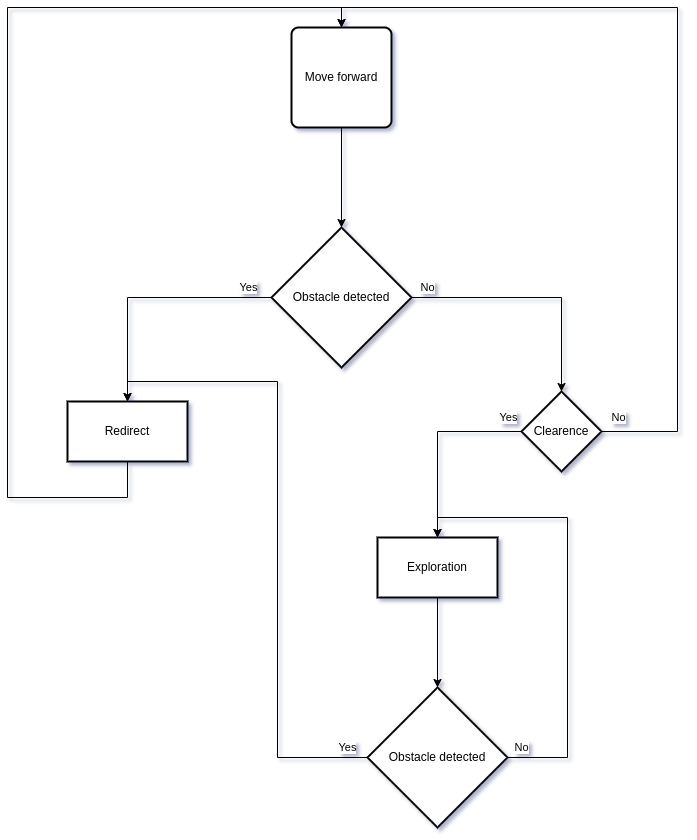
The draw.io diagram docs/basic_vacuum_cleaner/assets/img/flowchart.png in dgarcu/mobile_robotics_blog, before a commit. Source tidied: cells renumbered, new cells last; positions are measured from the earlier drawing's top-left corner, leaving out a move shared by most shapes. The source it was exported from:
```xml
<mxGraphModel>
  <root>
    <mxCell id="0" />
    <mxCell id="1" parent="0" />
    <mxCell id="2" value="Move forward" style="rounded=1;whiteSpace=wrap;html=1;absoluteArcSize=1;arcSize=14;strokeWidth=2;" parent="1" vertex="1">
      <mxGeometry x="284" y="20" width="100" height="100" as="geometry" />
    </mxCell>
    <mxCell id="3" style="edgeStyle=orthogonalEdgeStyle;rounded=0;jettySize=auto;html=1;" parent="1" edge="1" source="7" target="9">
      <mxGeometry relative="1" as="geometry" />
    </mxCell>
    <mxCell id="4" value="Yes" style="edgeLabel;html=1;align=center;verticalAlign=middle;" parent="3" vertex="1">
      <mxGeometry x="-0.04" y="2" relative="1" as="geometry">
        <mxPoint x="95" y="-12" as="offset" />
      </mxGeometry>
    </mxCell>
    <mxCell id="5" style="edgeStyle=orthogonalEdgeStyle;rounded=0;jettySize=auto;html=1;" parent="1" edge="1" source="7" target="14">
      <mxGeometry relative="1" as="geometry" />
    </mxCell>
    <mxCell id="6" value="No" style="edgeLabel;html=1;align=center;verticalAlign=middle;" parent="5" vertex="1">
      <mxGeometry x="-0.38" y="2" relative="1" as="geometry">
        <mxPoint x="-59" y="-8" as="offset" />
      </mxGeometry>
    </mxCell>
    <mxCell id="7" value="Obstacle detected" style="strokeWidth=2;html=1;shape=mxgraph.flowchart.decision;whiteSpace=wrap;" parent="1" vertex="1">
      <mxGeometry x="264" y="220" width="140" height="140" as="geometry" />
    </mxCell>
    <mxCell id="8" style="edgeStyle=orthogonalEdgeStyle;rounded=0;jettySize=auto;html=1;entryX=0.5;entryY=0;entryDx=0;entryDy=0;" parent="1" edge="1" source="9" target="2">
      <mxGeometry relative="1" as="geometry">
        <Array as="points">
          <mxPoint x="120" y="490" />
          <mxPoint y="490" />
          <mxPoint />
          <mxPoint x="334" />
        </Array>
      </mxGeometry>
    </mxCell>
    <mxCell id="9" value="Redirect" style="whiteSpace=wrap;html=1;strokeWidth=2;" parent="1" vertex="1">
      <mxGeometry x="60" y="394" width="120" height="60" as="geometry" />
    </mxCell>
    <mxCell id="10" style="edgeStyle=orthogonalEdgeStyle;rounded=0;jettySize=auto;html=1;entryX=0.5;entryY=0;entryDx=0;entryDy=0;" parent="1" edge="1" source="14" target="2">
      <mxGeometry relative="1" as="geometry">
        <Array as="points">
          <mxPoint x="670" y="424" />
          <mxPoint x="670" />
          <mxPoint x="334" />
        </Array>
      </mxGeometry>
    </mxCell>
    <mxCell id="11" value="No" style="edgeLabel;html=1;align=center;verticalAlign=middle;" parent="10" vertex="1">
      <mxGeometry x="-0.96" relative="1" as="geometry">
        <mxPoint y="-14" as="offset" />
      </mxGeometry>
    </mxCell>
    <mxCell id="12" style="edgeStyle=orthogonalEdgeStyle;rounded=0;jettySize=auto;html=1;" parent="1" edge="1" source="14" target="16">
      <mxGeometry relative="1" as="geometry" />
    </mxCell>
    <mxCell id="13" value="Yes" style="edgeLabel;html=1;align=center;verticalAlign=middle;" parent="12" vertex="1">
      <mxGeometry x="-0.86" y="2" relative="1" as="geometry">
        <mxPoint y="-16" as="offset" />
      </mxGeometry>
    </mxCell>
    <mxCell id="14" value="Clearence" style="rhombus;whiteSpace=wrap;html=1;strokeWidth=2;" parent="1" vertex="1">
      <mxGeometry x="514" y="384" width="80" height="80" as="geometry" />
    </mxCell>
    <mxCell id="15" style="edgeStyle=orthogonalEdgeStyle;rounded=0;jettySize=auto;html=1;" parent="1" edge="1" source="16" target="22">
      <mxGeometry relative="1" as="geometry" />
    </mxCell>
    <mxCell id="16" value="Exploration" style="whiteSpace=wrap;html=1;strokeWidth=2;" parent="1" vertex="1">
      <mxGeometry x="370" y="530" width="120" height="60" as="geometry" />
    </mxCell>
    <mxCell id="17" style="edgeStyle=orthogonalEdgeStyle;rounded=0;jettySize=auto;html=1;entryX=0.5;entryY=0;entryDx=0;entryDy=0;entryPerimeter=0;" parent="1" edge="1" source="2" target="7">
      <mxGeometry relative="1" as="geometry" />
    </mxCell>
    <mxCell id="18" style="edgeStyle=orthogonalEdgeStyle;rounded=0;jettySize=auto;html=1;exitX=1;exitY=0.5;exitDx=0;exitDy=0;exitPerimeter=0;entryX=0.5;entryY=0;entryDx=0;entryDy=0;" parent="1" edge="1" source="22" target="16">
      <mxGeometry relative="1" as="geometry">
        <Array as="points">
          <mxPoint x="560" y="750" />
          <mxPoint x="560" y="510" />
          <mxPoint x="430" y="510" />
        </Array>
      </mxGeometry>
    </mxCell>
    <mxCell id="19" value="No" style="edgeLabel;html=1;align=center;verticalAlign=middle;" parent="18" vertex="1">
      <mxGeometry x="-0.91" y="-3" relative="1" as="geometry">
        <mxPoint x="-7" y="-13" as="offset" />
      </mxGeometry>
    </mxCell>
    <mxCell id="20" style="edgeStyle=orthogonalEdgeStyle;rounded=0;jettySize=auto;html=1;entryX=0.5;entryY=0;entryDx=0;entryDy=0;" parent="1" edge="1" source="22" target="9">
      <mxGeometry relative="1" as="geometry" />
    </mxCell>
    <mxCell id="21" value="Yes" style="edgeLabel;html=1;align=center;verticalAlign=middle;" parent="20" vertex="1">
      <mxGeometry x="-0.93" y="-2" relative="1" as="geometry">
        <mxPoint x="3" y="-8" as="offset" />
      </mxGeometry>
    </mxCell>
    <mxCell id="22" value="Obstacle detected" style="strokeWidth=2;html=1;shape=mxgraph.flowchart.decision;whiteSpace=wrap;" parent="1" vertex="1">
      <mxGeometry x="360" y="680" width="140" height="140" as="geometry" />
    </mxCell>
  </root>
</mxGraphModel>
```
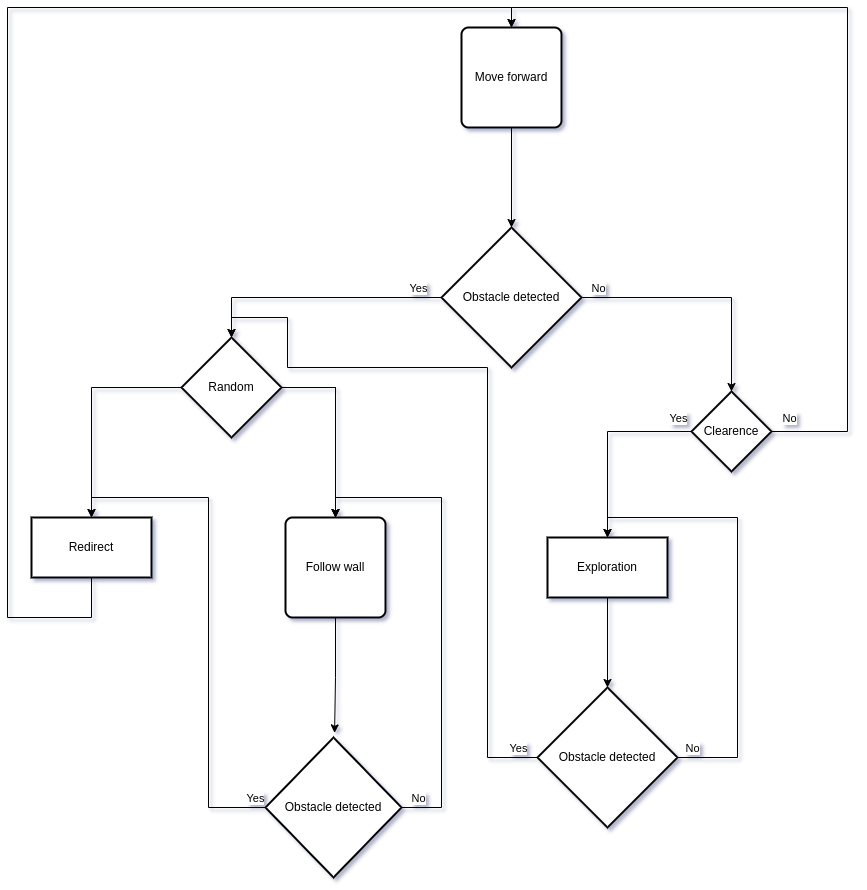
The same diagram one commit later.

Diff of the diagram source:
```diff
@@ -5,14 +5,6 @@
     <mxCell id="2" value="Move forward" style="rounded=1;whiteSpace=wrap;html=1;absoluteArcSize=1;arcSize=14;strokeWidth=2;" parent="1" vertex="1">
       <mxGeometry x="284" y="20" width="100" height="100" as="geometry" />
     </mxCell>
-    <mxCell id="3" style="edgeStyle=orthogonalEdgeStyle;rounded=0;jettySize=auto;html=1;" parent="1" edge="1" source="7" target="9">
-      <mxGeometry relative="1" as="geometry" />
-    </mxCell>
-    <mxCell id="4" value="Yes" style="edgeLabel;html=1;align=center;verticalAlign=middle;" parent="3" vertex="1">
-      <mxGeometry x="-0.04" y="2" relative="1" as="geometry">
-        <mxPoint x="95" y="-12" as="offset" />
-      </mxGeometry>
-    </mxCell>
     <mxCell id="5" style="edgeStyle=orthogonalEdgeStyle;rounded=0;jettySize=auto;html=1;" parent="1" edge="1" source="7" target="14">
       <mxGeometry relative="1" as="geometry" />
     </mxCell>
@@ -24,18 +16,18 @@
     <mxCell id="7" value="Obstacle detected" style="strokeWidth=2;html=1;shape=mxgraph.flowchart.decision;whiteSpace=wrap;" parent="1" vertex="1">
       <mxGeometry x="264" y="220" width="140" height="140" as="geometry" />
     </mxCell>
-    <mxCell id="8" style="edgeStyle=orthogonalEdgeStyle;rounded=0;jettySize=auto;html=1;entryX=0.5;entryY=0;entryDx=0;entryDy=0;" parent="1" edge="1" source="9" target="2">
+    <mxCell id="8" style="edgeStyle=orthogonalEdgeStyle;rounded=0;jettySize=auto;html=1;entryX=0.5;entryY=0;entryDx=0;entryDy=0;exitX=0.5;exitY=1;exitDx=0;exitDy=0;" parent="1" edge="1" source="9" target="2">
       <mxGeometry relative="1" as="geometry">
         <Array as="points">
-          <mxPoint x="120" y="490" />
-          <mxPoint y="490" />
-          <mxPoint />
+          <mxPoint x="-86" y="610" />
+          <mxPoint x="-170" y="610" />
+          <mxPoint x="-170" />
           <mxPoint x="334" />
         </Array>
       </mxGeometry>
     </mxCell>
     <mxCell id="9" value="Redirect" style="whiteSpace=wrap;html=1;strokeWidth=2;" parent="1" vertex="1">
-      <mxGeometry x="60" y="394" width="120" height="60" as="geometry" />
+      <mxGeometry x="-146" y="510" width="120" height="60" as="geometry" />
     </mxCell>
     <mxCell id="10" style="edgeStyle=orthogonalEdgeStyle;rounded=0;jettySize=auto;html=1;entryX=0.5;entryY=0;entryDx=0;entryDy=0;" parent="1" edge="1" source="14" target="2">
       <mxGeometry relative="1" as="geometry">
@@ -85,16 +77,75 @@
         <mxPoint x="-7" y="-13" as="offset" />
       </mxGeometry>
     </mxCell>
-    <mxCell id="20" style="edgeStyle=orthogonalEdgeStyle;rounded=0;jettySize=auto;html=1;entryX=0.5;entryY=0;entryDx=0;entryDy=0;" parent="1" edge="1" source="22" target="9">
-      <mxGeometry relative="1" as="geometry" />
-    </mxCell>
-    <mxCell id="21" value="Yes" style="edgeLabel;html=1;align=center;verticalAlign=middle;" parent="20" vertex="1">
-      <mxGeometry x="-0.93" y="-2" relative="1" as="geometry">
-        <mxPoint x="3" y="-8" as="offset" />
-      </mxGeometry>
-    </mxCell>
     <mxCell id="22" value="Obstacle detected" style="strokeWidth=2;html=1;shape=mxgraph.flowchart.decision;whiteSpace=wrap;" parent="1" vertex="1">
       <mxGeometry x="360" y="680" width="140" height="140" as="geometry" />
     </mxCell>
+    <mxCell id="23" style="edgeStyle=orthogonalEdgeStyle;rounded=0;jettySize=auto;html=1;" parent="1" edge="1" source="26" target="9">
+      <mxGeometry relative="1" as="geometry" />
+    </mxCell>
+    <mxCell id="24" style="edgeStyle=orthogonalEdgeStyle;rounded=0;jettySize=auto;html=1;" parent="1" edge="1" source="26" target="29">
+      <mxGeometry relative="1" as="geometry" />
+    </mxCell>
+    <mxCell id="25" style="edgeStyle=orthogonalEdgeStyle;rounded=0;jettySize=auto;html=1;entryX=0.5;entryY=0;entryDx=0;entryDy=0;" parent="1" edge="1" source="26" target="29">
+      <mxGeometry relative="1" as="geometry" />
+    </mxCell>
+    <mxCell id="26" value="Random" style="strokeWidth=2;html=1;shape=mxgraph.flowchart.decision;whiteSpace=wrap;" parent="1" vertex="1">
+      <mxGeometry x="4" y="330" width="100" height="100" as="geometry" />
+    </mxCell>
+    <mxCell id="27" style="edgeStyle=orthogonalEdgeStyle;rounded=0;jettySize=auto;html=1;entryX=0.5;entryY=0;entryDx=0;entryDy=0;entryPerimeter=0;" parent="1" edge="1" source="7" target="26">
+      <mxGeometry relative="1" as="geometry" />
+    </mxCell>
+    <mxCell id="28" value="Yes" style="edgeLabel;html=1;align=center;verticalAlign=middle;" parent="27" vertex="1">
+      <mxGeometry x="-0.74" y="4" relative="1" as="geometry">
+        <mxPoint x="9" y="-14" as="offset" />
+      </mxGeometry>
+    </mxCell>
+    <mxCell id="29" value="Follow wall" style="rounded=1;whiteSpace=wrap;html=1;absoluteArcSize=1;arcSize=14;strokeWidth=2;" parent="1" vertex="1">
+      <mxGeometry x="108" y="510" width="100" height="100" as="geometry" />
+    </mxCell>
+    <mxCell id="30" style="edgeStyle=orthogonalEdgeStyle;rounded=0;jettySize=auto;html=1;entryX=0.5;entryY=0;entryDx=0;entryDy=0;" parent="1" edge="1" source="34" target="29">
+      <mxGeometry relative="1" as="geometry">
+        <Array as="points">
+          <mxPoint x="264" y="800" />
+          <mxPoint x="264" y="490" />
+          <mxPoint x="158" y="490" />
+        </Array>
+      </mxGeometry>
+    </mxCell>
+    <mxCell id="31" value="No" style="edgeLabel;html=1;align=center;verticalAlign=middle;" parent="30" vertex="1">
+      <mxGeometry x="-0.93" y="2" relative="1" as="geometry">
+        <mxPoint y="-8" as="offset" />
+      </mxGeometry>
+    </mxCell>
+    <mxCell id="32" style="edgeStyle=orthogonalEdgeStyle;rounded=0;jettySize=auto;html=1;entryX=0.5;entryY=0;entryDx=0;entryDy=0;" parent="1" edge="1" source="34" target="9">
+      <mxGeometry relative="1" as="geometry" />
+    </mxCell>
+    <mxCell id="33" value="Yes" style="edgeLabel;html=1;align=center;verticalAlign=middle;" parent="32" vertex="1">
+      <mxGeometry x="-0.96" y="3" relative="1" as="geometry">
+        <mxPoint y="-13" as="offset" />
+      </mxGeometry>
+    </mxCell>
+    <mxCell id="34" value="Obstacle detected" style="strokeWidth=2;html=1;shape=mxgraph.flowchart.decision;whiteSpace=wrap;" parent="1" vertex="1">
+      <mxGeometry x="88" y="730" width="136" height="140" as="geometry" />
+    </mxCell>
+    <mxCell id="35" style="edgeStyle=orthogonalEdgeStyle;rounded=0;jettySize=auto;html=1;entryX=0.508;entryY=-0.033;entryDx=0;entryDy=0;entryPerimeter=0;" parent="1" edge="1" source="29" target="34">
+      <mxGeometry relative="1" as="geometry" />
+    </mxCell>
+    <mxCell id="36" style="edgeStyle=orthogonalEdgeStyle;rounded=0;jettySize=auto;html=1;entryX=0.5;entryY=0;entryDx=0;entryDy=0;entryPerimeter=0;" parent="1" edge="1" source="22" target="26">
+      <mxGeometry relative="1" as="geometry">
+        <Array as="points">
+          <mxPoint x="310" y="750" />
+          <mxPoint x="310" y="360" />
+          <mxPoint x="110" y="360" />
+          <mxPoint x="110" y="310" />
+          <mxPoint x="54" y="310" />
+        </Array>
+      </mxGeometry>
+    </mxCell>
+    <mxCell id="37" value="Yes" style="edgeLabel;html=1;align=center;verticalAlign=middle;" parent="36" vertex="1">
+      <mxGeometry x="-0.92" relative="1" as="geometry">
+        <mxPoint x="12" y="-10" as="offset" />
+      </mxGeometry>
+    </mxCell>
   </root>
 </mxGraphModel>
```
